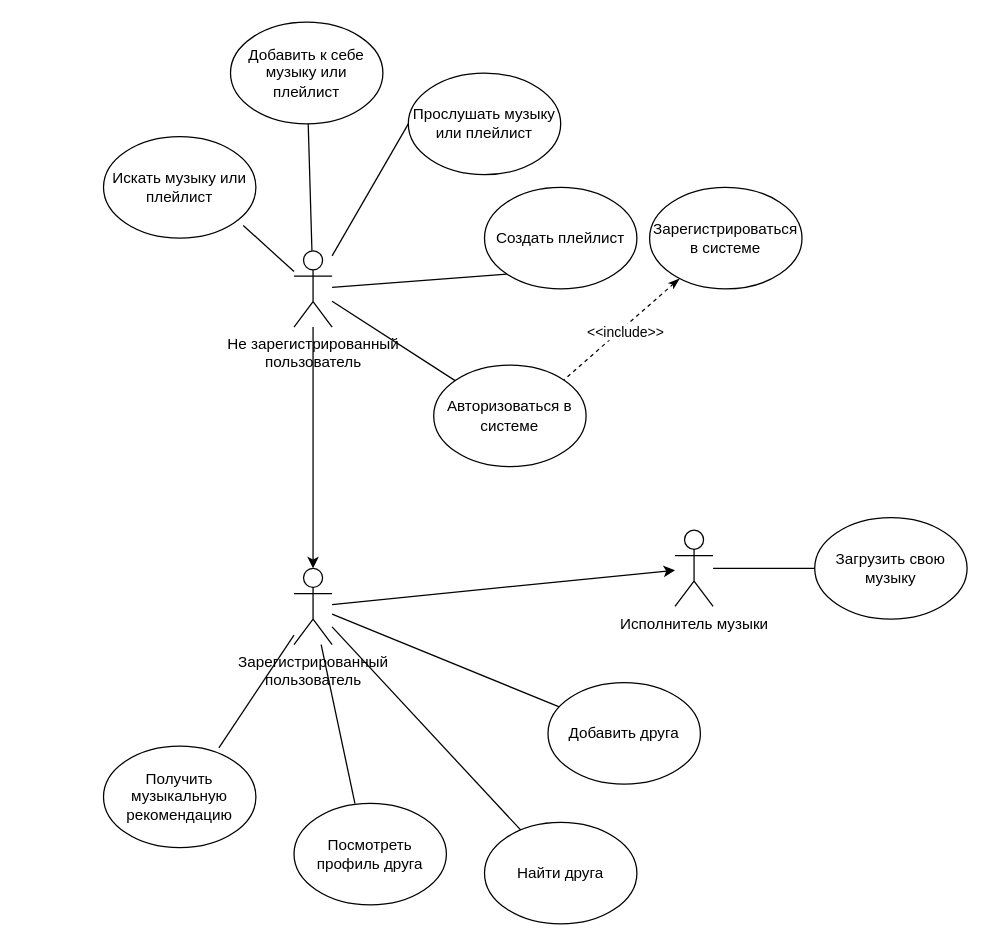
Before: Диаграммы/Диаграмма прецедентов/Диаграмма прецедентов.drawio in Roman-30/--5.2-1, a draw.io diagram. Source tidied: cells renumbered, new cells numbered last; positions are measured from the earlier drawing's top-left corner, leaving out a move shared by most shapes. Both pictures are drawn from the tidied source at 127%, with x=0, y=0 at pixel (103, 22).
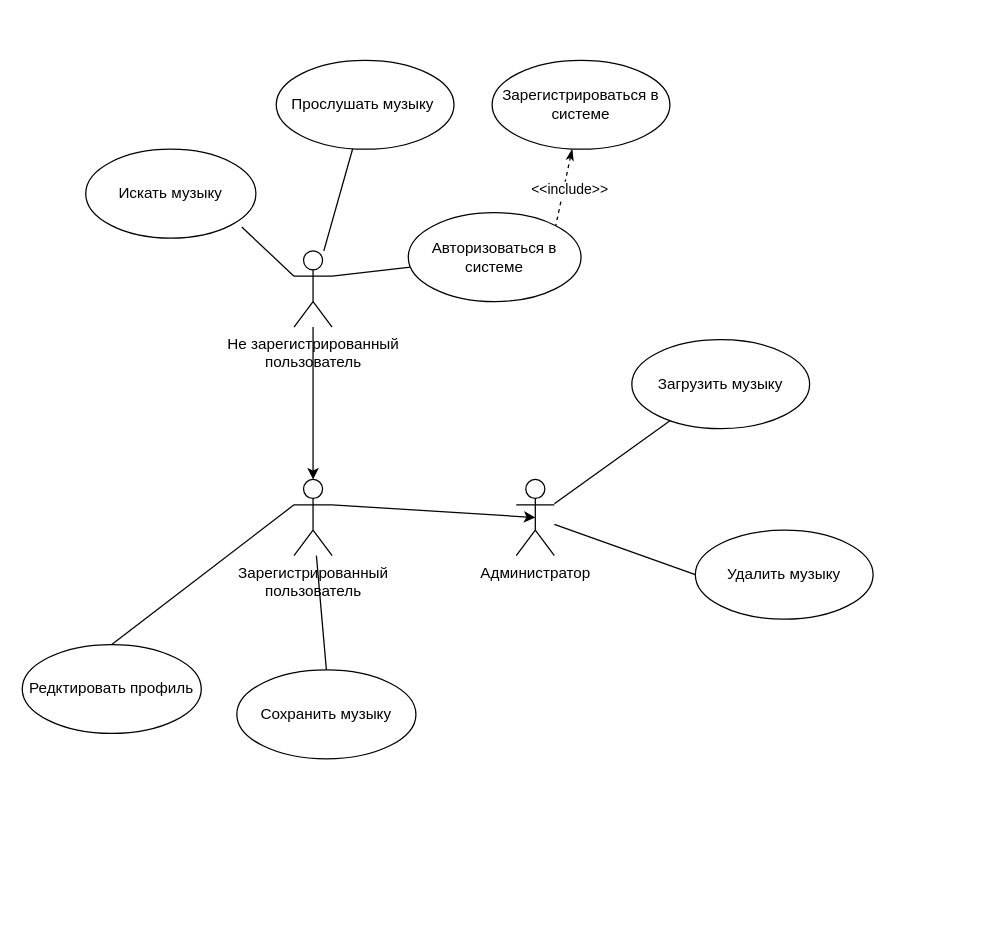
The same page after the edit.

The change refers to these unchanged cells:
```xml
<mxCell id="8" value="Не зарегистрированный&lt;br&gt;пользователь" style="shape=umlActor;verticalLabelPosition=bottom;verticalAlign=top;html=1;outlineConnect=0;" parent="1" vertex="1">
  <mxGeometry x="150" y="180" width="30" height="60" as="geometry" />
</mxCell>
```

Diff of the diagram source:
```diff
@@
-    <mxCell id="2" style="edgeStyle=orthogonalEdgeStyle;rounded=0;jettySize=auto;html=1;" parent="1" edge="1" source="8" target="14">
+    <mxCell id="2" style="edgeStyle=orthogonalEdgeStyle;rounded=0;jettySize=auto;html=1;entryX=0.5;entryY=0;entryDx=0;entryDy=0;entryPerimeter=0;" parent="1" edge="1" source="8" target="14">
       <mxGeometry relative="1" as="geometry" />
     </mxCell>
-    <mxCell id="3" style="rounded=0;jettySize=auto;html=1;entryX=0.917;entryY=0.875;entryDx=0;entryDy=0;entryPerimeter=0;endArrow=none;endFill=0;" parent="1" edge="1" source="8" target="15">
+    <mxCell id="3" style="rounded=0;jettySize=auto;html=1;entryX=0.917;entryY=0.875;entryDx=0;entryDy=0;entryPerimeter=0;endArrow=none;endFill=0;exitX=0;exitY=0.3333333333333333;exitDx=0;exitDy=0;exitPerimeter=0;" parent="1" edge="1" source="8" target="15">
       <mxGeometry relative="1" as="geometry" />
     </mxCell>
-    <mxCell id="4" style="edgeStyle=none;rounded=0;jettySize=auto;html=1;endArrow=none;endFill=0;" parent="1" edge="1" source="8" target="16">
-      <mxGeometry relative="1" as="geometry" />
-    </mxCell>
-    <mxCell id="5" style="edgeStyle=none;rounded=0;jettySize=auto;html=1;entryX=0;entryY=1;entryDx=0;entryDy=0;endArrow=none;endFill=0;" parent="1" edge="1" source="8" target="17">
-      <mxGeometry relative="1" as="geometry" />
-    </mxCell>
-    <mxCell id="6" style="edgeStyle=none;rounded=0;jettySize=auto;html=1;entryX=0;entryY=0.5;entryDx=0;entryDy=0;endArrow=none;endFill=0;" parent="1" edge="1" source="8" target="18">
+    <mxCell id="6" style="edgeStyle=none;rounded=0;jettySize=auto;html=1;endArrow=none;endFill=0;" parent="1" edge="1" source="8" target="18">
       <mxGeometry relative="1" as="geometry" />
     </mxCell>
-    <mxCell id="7" style="edgeStyle=none;rounded=0;jettySize=auto;html=1;endArrow=none;endFill=0;" parent="1" edge="1" source="8" target="20">
+    <mxCell id="7" style="edgeStyle=none;rounded=0;jettySize=auto;html=1;endArrow=none;endFill=0;exitX=1;exitY=0.3333333333333333;exitDx=0;exitDy=0;exitPerimeter=0;" parent="1" edge="1" source="8" target="20">
       <mxGeometry relative="1" as="geometry" />
     </mxCell>
@@
-    <mxCell id="9" style="edgeStyle=none;rounded=0;jettySize=auto;html=1;endArrow=none;endFill=0;" parent="1" edge="1" source="14" target="21">
-      <mxGeometry relative="1" as="geometry" />
-    </mxCell>
-    <mxCell id="10" style="edgeStyle=none;rounded=0;jettySize=auto;html=1;entryX=0.4;entryY=0.003;entryDx=0;entryDy=0;entryPerimeter=0;endArrow=none;endFill=0;" parent="1" edge="1" source="14" target="25">
-      <mxGeometry relative="1" as="geometry" />
-    </mxCell>
-    <mxCell id="11" style="edgeStyle=none;rounded=0;jettySize=auto;html=1;entryX=0.757;entryY=0.017;entryDx=0;entryDy=0;entryPerimeter=0;endArrow=none;endFill=0;" parent="1" edge="1" source="14" target="26">
+    <mxCell id="11" style="edgeStyle=none;rounded=0;jettySize=auto;html=1;entryX=0.5;entryY=0;entryDx=0;entryDy=0;endArrow=none;endFill=0;" parent="1" edge="1" source="14" target="26">
       <mxGeometry relative="1" as="geometry" />
     </mxCell>
-    <mxCell id="12" style="rounded=0;jettySize=auto;html=1;" parent="1" edge="1" source="14" target="28">
+    <mxCell id="12" style="rounded=0;jettySize=auto;html=1;entryX=0.5;entryY=0.5;entryDx=0;entryDy=0;entryPerimeter=0;exitX=1;exitY=0.3333333333333333;exitDx=0;exitDy=0;exitPerimeter=0;" parent="1" edge="1" source="14" target="28">
       <mxGeometry relative="1" as="geometry" />
     </mxCell>
-    <mxCell id="13" style="rounded=0;jettySize=auto;html=1;endArrow=none;endFill=0;" parent="1" edge="1" source="14" target="29">
-      <mxGeometry relative="1" as="geometry" />
-    </mxCell>
     <mxCell id="14" value="Зарегистрированный&lt;br&gt;пользователь" style="shape=umlActor;verticalLabelPosition=bottom;verticalAlign=top;html=1;outlineConnect=0;" parent="1" vertex="1">
-      <mxGeometry x="150" y="430" width="30" height="60" as="geometry" />
+      <mxGeometry x="150" y="360" width="30" height="60" as="geometry" />
     </mxCell>
-    <mxCell id="15" value="Искать музыку или плейлист" style="ellipse;whiteSpace=wrap;html=1;" parent="1" vertex="1">
-      <mxGeometry y="90" width="120" height="80" as="geometry" />
+    <mxCell id="15" value="Искать музыку" style="ellipse;whiteSpace=wrap;html=1;" parent="1" vertex="1">
+      <mxGeometry x="-14" y="100" width="134" height="70" as="geometry" />
     </mxCell>
-    <mxCell id="16" value="Добавить к себе музыку или плейлист" style="ellipse;whiteSpace=wrap;html=1;" parent="1" vertex="1">
-      <mxGeometry x="100" width="120" height="80" as="geometry" />
-    </mxCell>
-    <mxCell id="17" value="Создать плейлист" style="ellipse;whiteSpace=wrap;html=1;" parent="1" vertex="1">
-      <mxGeometry x="300" y="130" width="120" height="80" as="geometry" />
-    </mxCell>
-    <mxCell id="18" value="Прослушать музыку или плейлист" style="ellipse;whiteSpace=wrap;html=1;" parent="1" vertex="1">
-      <mxGeometry x="240" y="40" width="120" height="80" as="geometry" />
+    <mxCell id="18" value="Прослушать музыку&amp;nbsp;" style="ellipse;whiteSpace=wrap;html=1;" parent="1" vertex="1">
+      <mxGeometry x="136" y="30" width="140" height="70" as="geometry" />
     </mxCell>
-    <mxCell id="19" value="Загрузить свою музыку" style="ellipse;whiteSpace=wrap;html=1;" parent="1" vertex="1">
-      <mxGeometry x="560" y="390" width="120" height="80" as="geometry" />
+    <mxCell id="19" value="Загрузить музыку" style="ellipse;whiteSpace=wrap;html=1;" parent="1" vertex="1">
+      <mxGeometry x="416" y="250" width="140" height="70" as="geometry" />
     </mxCell>
     <mxCell id="20" value="Авторизоваться в системе" style="ellipse;whiteSpace=wrap;html=1;" parent="1" vertex="1">
-      <mxGeometry x="260" y="270" width="120" height="80" as="geometry" />
+      <mxGeometry x="240" y="150" width="136" height="70" as="geometry" />
     </mxCell>
-    <mxCell id="21" value="Добавить друга" style="ellipse;whiteSpace=wrap;html=1;" parent="1" vertex="1">
-      <mxGeometry x="350" y="520" width="120" height="80" as="geometry" />
-    </mxCell>
@@
     <mxCell id="24" value="Зарегистрироваться в системе" style="ellipse;whiteSpace=wrap;html=1;" parent="1" vertex="1">
-      <mxGeometry x="430" y="130" width="120" height="80" as="geometry" />
+      <mxGeometry x="306" y="30" width="140" height="70" as="geometry" />
     </mxCell>
-    <mxCell id="25" value="Посмотреть профиль друга" style="ellipse;whiteSpace=wrap;html=1;" parent="1" vertex="1">
-      <mxGeometry x="150" y="615" width="120" height="80" as="geometry" />
-    </mxCell>
-    <mxCell id="26" value="Получить музыкальную рекомендацию" style="ellipse;whiteSpace=wrap;html=1;" parent="1" vertex="1">
-      <mxGeometry y="570" width="120" height="80" as="geometry" />
+    <mxCell id="26" value="Сохранить музыку" style="ellipse;whiteSpace=wrap;html=1;" parent="1" vertex="1">
+      <mxGeometry x="105" y="510" width="141" height="70" as="geometry" />
     </mxCell>
@@
+    <mxCell id="30" style="rounded=0;jettySize=auto;html=1;entryX=0;entryY=0.5;entryDx=0;entryDy=0;endArrow=none;endFill=0;" parent="1" edge="1" source="28" target="31">
+      <mxGeometry relative="1" as="geometry" />
+    </mxCell>
-    <mxCell id="28" value="Исполнитель музыки" style="shape=umlActor;verticalLabelPosition=bottom;verticalAlign=top;html=1;outlineConnect=0;" parent="1" vertex="1">
-      <mxGeometry x="450" y="400" width="30" height="60" as="geometry" />
+    <mxCell id="28" value="Администратор" style="shape=umlActor;verticalLabelPosition=bottom;verticalAlign=top;html=1;outlineConnect=0;" parent="1" vertex="1">
+      <mxGeometry x="325" y="360" width="30" height="60" as="geometry" />
     </mxCell>
-    <mxCell id="29" value="Найти друга" style="ellipse;whiteSpace=wrap;html=1;" parent="1" vertex="1">
-      <mxGeometry x="300" y="630" width="120" height="80" as="geometry" />
-    </mxCell>
+    <mxCell id="31" value="Удалить музыку" style="ellipse;whiteSpace=wrap;html=1;" parent="1" vertex="1">
+      <mxGeometry x="466" y="400" width="140" height="70" as="geometry" />
+    </mxCell>
+    <mxCell id="32" value="Редктировать профиль" style="ellipse;whiteSpace=wrap;html=1;" parent="1" vertex="1">
+      <mxGeometry x="-64" y="490" width="141" height="70" as="geometry" />
+    </mxCell>
+    <mxCell id="33" style="edgeStyle=none;rounded=0;jettySize=auto;html=1;entryX=0.5;entryY=0;entryDx=0;entryDy=0;endArrow=none;endFill=0;exitX=0;exitY=0.3333333333333333;exitDx=0;exitDy=0;exitPerimeter=0;" parent="1" edge="1" source="14" target="32">
+      <mxGeometry relative="1" as="geometry" />
+    </mxCell>
```
